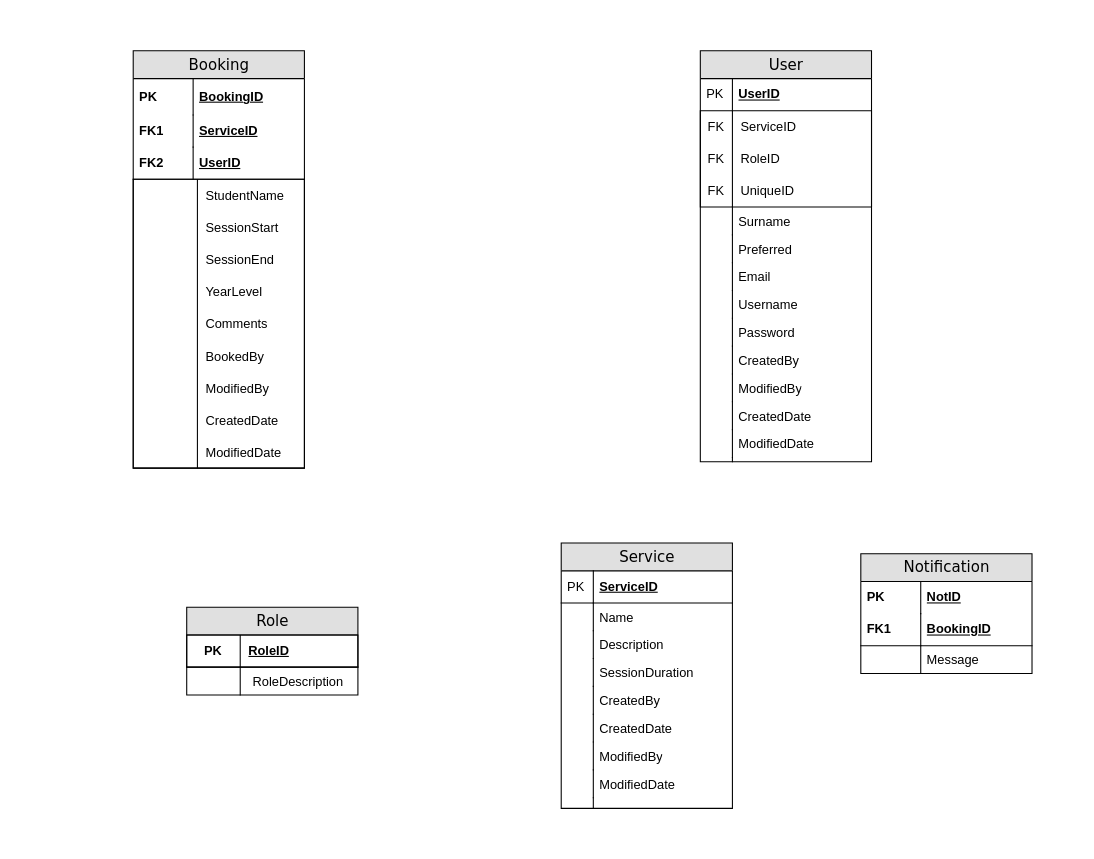
shreat/WebBookingApp keeps this draw.io diagram as Web app database.drawio. Above is the earlier version. Source tidied: cells renumbered, new cells numbered last; positions are measured from the earlier drawing's top-left corner, leaving out a move shared by most shapes. Both pictures are drawn from the tidied source at 107%, with x=0, y=0 at pixel (133, 50).
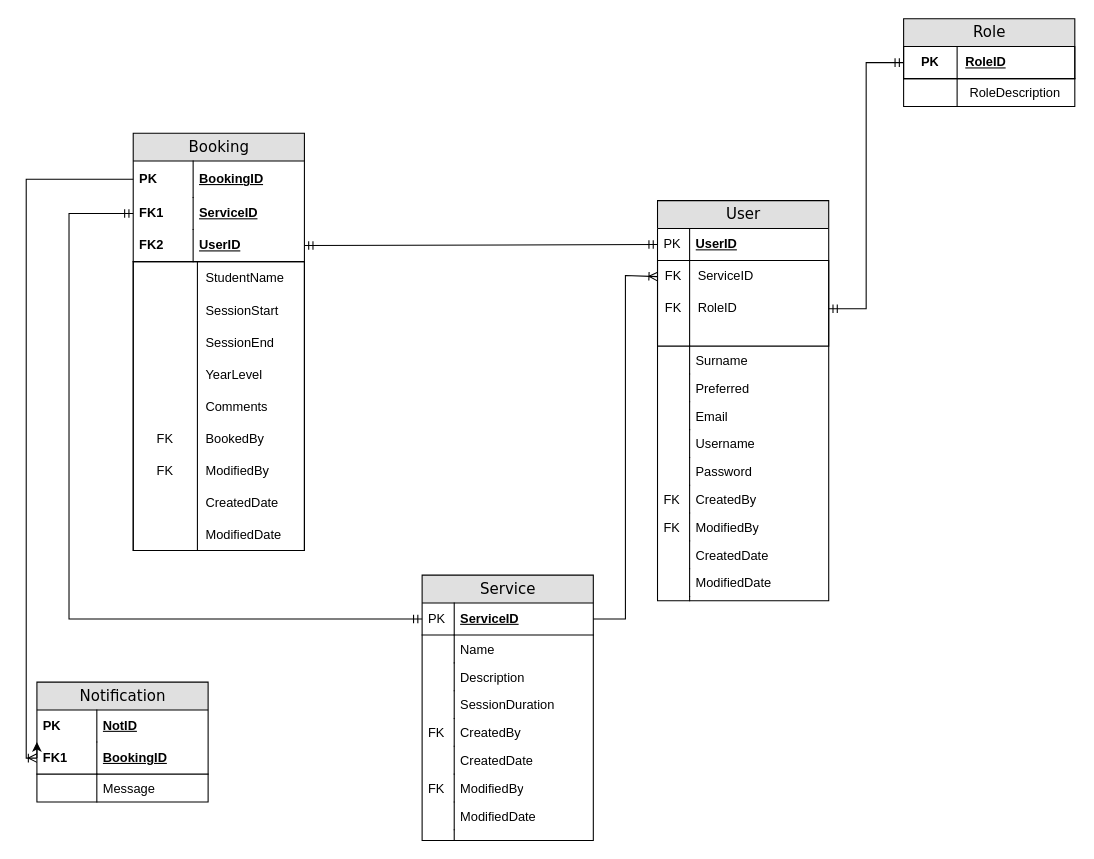
Above is the later version.

The change refers to these unchanged cells:
```xml
<mxCell id="3" value="BookingID" style="shape=partialRectangle;top=0;left=0;right=0;bottom=0;html=1;align=left;verticalAlign=middle;fillColor=none;spacingLeft=60;spacingRight=4;whiteSpace=wrap;overflow=hidden;points=[[0,0.5],[1,0.5]];portConstraint=eastwest;fontStyle=5;" parent="2" vertex="1">
  <mxGeometry y="26" width="160" height="34" as="geometry" />
</mxCell>
<mxCell id="5" value="ServiceID" style="shape=partialRectangle;top=0;left=0;right=0;bottom=1;html=1;align=left;verticalAlign=middle;fillColor=none;spacingLeft=60;spacingRight=4;whiteSpace=wrap;overflow=hidden;points=[[0,0.5],[1,0.5]];portConstraint=eastwest;fontStyle=5;strokeColor=none;" parent="2" vertex="1">
  <mxGeometry y="60" width="160" height="30" as="geometry" />
</mxCell>
<mxCell id="7" value="UserID" style="shape=partialRectangle;top=0;left=0;right=0;bottom=1;html=1;align=left;verticalAlign=middle;fillColor=none;spacingLeft=60;spacingRight=4;whiteSpace=wrap;overflow=hidden;points=[[0,0.5],[1,0.5]];portConstraint=eastwest;fontStyle=5;strokeColor=default;" parent="2" vertex="1">
  <mxGeometry y="90" width="160" height="30" as="geometry" />
</mxCell>
<mxCell id="25" style="shape=tableRow;horizontal=0;startSize=0;swimlaneHead=0;swimlaneBody=0;fillColor=none;top=0;left=0;right=0;bottom=0;" parent="9" vertex="1">
  <mxGeometry y="150" width="160" height="30" as="geometry" />
</mxCell>
<mxCell id="28" style="shape=tableRow;horizontal=0;startSize=0;swimlaneHead=0;swimlaneBody=0;fillColor=none;top=0;left=0;right=0;bottom=0;" parent="9" vertex="1">
  <mxGeometry y="180" width="160" height="30" as="geometry" />
</mxCell>
<mxCell id="38" value="UserID" style="shape=partialRectangle;top=0;left=0;right=0;bottom=1;html=1;align=left;verticalAlign=middle;fillColor=none;spacingLeft=34;spacingRight=4;whiteSpace=wrap;overflow=hidden;points=[[0,0.5],[1,0.5]];portConstraint=eastwest;fontStyle=5;strokeColor=none;" parent="37" vertex="1">
  <mxGeometry y="26" width="160" height="30" as="geometry" />
</mxCell>
<mxCell id="41" style="shape=tableRow;horizontal=0;startSize=0;swimlaneHead=0;swimlaneBody=0;fillColor=none;points=[[0,0.5],[1,0.5]];portConstraint=eastwest;top=0;left=0;right=0;bottom=0;" parent="40" vertex="1">
  <mxGeometry width="160" height="30" as="geometry" />
</mxCell>
<mxCell id="44" style="shape=tableRow;horizontal=0;startSize=0;swimlaneHead=0;swimlaneBody=0;fillColor=none;points=[[0,0.5],[1,0.5]];portConstraint=eastwest;top=0;left=0;right=0;bottom=0;" parent="40" vertex="1">
  <mxGeometry y="30" width="160" height="30" as="geometry" />
</mxCell>
<mxCell id="72" value="ServiceID" style="shape=partialRectangle;top=0;left=0;right=0;bottom=1;html=1;align=left;verticalAlign=middle;fillColor=none;spacingLeft=34;spacingRight=4;whiteSpace=wrap;overflow=hidden;points=[[0,0.5],[1,0.5]];portConstraint=eastwest;fontStyle=5;" parent="71" vertex="1">
  <mxGeometry y="26" width="160" height="30" as="geometry" />
</mxCell>
<mxCell id="80" value="CreatedBy" style="shape=partialRectangle;top=0;left=0;right=0;bottom=0;html=1;align=left;verticalAlign=top;fillColor=none;spacingLeft=34;spacingRight=4;whiteSpace=wrap;overflow=hidden;" parent="71" vertex="1">
  <mxGeometry y="134" width="160" height="26" as="geometry" />
</mxCell>
<mxCell id="84" value="ModifiedBy" style="shape=partialRectangle;top=0;left=0;right=0;bottom=0;html=1;align=left;verticalAlign=top;fillColor=none;spacingLeft=34;spacingRight=4;whiteSpace=wrap;overflow=hidden;" parent="71" vertex="1">
  <mxGeometry y="186" width="160" height="26" as="geometry" />
</mxCell>
<mxCell id="93" value="BookingID" style="shape=partialRectangle;top=0;left=0;right=0;bottom=1;html=1;align=left;verticalAlign=middle;fillColor=none;spacingLeft=60;spacingRight=4;whiteSpace=wrap;overflow=hidden;points=[[0,0.5],[1,0.5]];portConstraint=eastwest;fontStyle=5;" parent="90" vertex="1">
  <mxGeometry y="56" width="160" height="30" as="geometry" />
</mxCell>
<mxCell id="99" style="shape=tableRow;horizontal=0;startSize=0;swimlaneHead=0;swimlaneBody=0;fillColor=none;points=[[0,0.5],[1,0.5]];portConstraint=eastwest;top=0;left=0;right=0;bottom=1;" parent="98" vertex="1">
  <mxGeometry width="160" height="30" as="geometry" />
</mxCell>
```

Change to the diagram source:
```diff
@@
     <mxCell id="2" value="Booking" style="swimlane;html=1;fontStyle=0;horizontal=1;startSize=26;fillColor=#e0e0e0;swimlaneFillColor=#ffffff;align=center;rounded=0;shadow=0;comic=0;labelBackgroundColor=none;strokeWidth=1;fontFamily=Verdana;fontSize=14;" parent="1" vertex="1">
-      <mxGeometry width="160" height="390" as="geometry" />
+      <mxGeometry y="77" width="160" height="390" as="geometry" />
     </mxCell>
@@
-    <mxCell id="26" style="shape=partialRectangle;fillColor=none;top=0;left=0;bottom=0;right=0;overflow=hidden;" parent="25" vertex="1">
+    <mxCell id="26" value="FK" style="shape=partialRectangle;fillColor=none;top=0;left=0;bottom=0;right=0;overflow=hidden;" parent="25" vertex="1">
       <mxGeometry width="60" height="30" as="geometry" />
     </mxCell>
@@
-    <mxCell id="29" style="shape=partialRectangle;fillColor=none;top=0;left=0;bottom=0;right=0;overflow=hidden;" parent="28" vertex="1">
+    <mxCell id="29" value="FK" style="shape=partialRectangle;fillColor=none;top=0;left=0;bottom=0;right=0;overflow=hidden;" parent="28" vertex="1">
       <mxGeometry width="60" height="30" as="geometry" />
     </mxCell>
@@
     <mxCell id="37" value="User" style="swimlane;html=1;fontStyle=0;horizontal=1;startSize=26;fillColor=#e0e0e0;swimlaneFillColor=#ffffff;align=center;rounded=0;shadow=0;comic=0;labelBackgroundColor=none;strokeWidth=1;fontFamily=Verdana;fontSize=14;swimlaneLine=1;" parent="1" vertex="1">
-      <mxGeometry x="530" width="160" height="384" as="geometry" />
+      <mxGeometry x="490" y="140" width="160" height="374" as="geometry" />
     </mxCell>
@@
     <mxCell id="40" style="shape=table;startSize=0;childLayout=tableLayout;rowLines=0;fontStyle=0;align=center;strokeColor=default;fillColor=none;" parent="37" vertex="1">
-      <mxGeometry y="56" width="160" height="90" as="geometry" />
+      <mxGeometry y="56" width="160" height="80" as="geometry" />
     </mxCell>
@@
     <mxCell id="47" style="shape=tableRow;horizontal=0;startSize=0;swimlaneHead=0;swimlaneBody=0;fillColor=none;top=0;left=0;right=0;bottom=0;" parent="40" vertex="1">
-      <mxGeometry y="60" width="160" height="30" as="geometry" />
+      <mxGeometry y="60" width="160" height="20" as="geometry" />
     </mxCell>
-    <mxCell id="48" value="FK" style="shape=partialRectangle;fillColor=none;top=0;left=0;bottom=0;right=0;fontStyle=0;overflow=hidden;whiteSpace=wrap;html=1;" parent="47" vertex="1">
-      <mxGeometry width="30" height="30" as="geometry" />
+    <mxCell id="48" style="shape=partialRectangle;fillColor=none;top=0;left=0;bottom=0;right=0;fontStyle=0;overflow=hidden;whiteSpace=wrap;html=1;" parent="47" vertex="1">
+      <mxGeometry width="30" height="20" as="geometry" />
     </mxCell>
-    <mxCell id="49" value="UniqueID" style="shape=partialRectangle;fillColor=none;top=0;left=0;bottom=0;right=0;align=left;spacingLeft=6;fontStyle=0;overflow=hidden;whiteSpace=wrap;html=1;" parent="47" vertex="1">
-      <mxGeometry x="30" width="130" height="30" as="geometry" />
+    <mxCell id="49" style="shape=partialRectangle;fillColor=none;top=0;left=0;bottom=0;right=0;align=left;spacingLeft=6;fontStyle=0;overflow=hidden;whiteSpace=wrap;html=1;" parent="47" vertex="1">
+      <mxGeometry x="30" width="130" height="20" as="geometry" />
     </mxCell>
@@
     <mxCell id="51" value="Surname" style="shape=partialRectangle;top=0;left=0;right=0;bottom=0;html=1;align=left;verticalAlign=top;fillColor=none;spacingLeft=34;spacingRight=4;whiteSpace=wrap;overflow=hidden;" parent="37" vertex="1">
-      <mxGeometry y="146" width="160" height="26" as="geometry" />
+      <mxGeometry y="136" width="160" height="26" as="geometry" />
     </mxCell>
@@
     <mxCell id="53" value="Preferred" style="shape=partialRectangle;top=0;left=0;right=0;bottom=0;html=1;align=left;verticalAlign=top;fillColor=none;spacingLeft=34;spacingRight=4;whiteSpace=wrap;overflow=hidden;strokeColor=default;strokeWidth=2;" parent="37" vertex="1">
-      <mxGeometry y="172" width="160" height="26" as="geometry" />
+      <mxGeometry y="162" width="160" height="26" as="geometry" />
     </mxCell>
@@
     <mxCell id="55" value="Email" style="shape=partialRectangle;top=0;left=0;right=0;bottom=0;html=1;align=left;verticalAlign=top;fillColor=none;spacingLeft=34;spacingRight=4;whiteSpace=wrap;overflow=hidden;strokeColor=default;strokeWidth=2;" parent="37" vertex="1">
-      <mxGeometry y="198" width="160" height="26" as="geometry" />
+      <mxGeometry y="188" width="160" height="26" as="geometry" />
     </mxCell>
@@
     <mxCell id="57" value="Username" style="shape=partialRectangle;top=0;left=0;right=0;bottom=0;html=1;align=left;verticalAlign=top;fillColor=none;spacingLeft=34;spacingRight=4;whiteSpace=wrap;overflow=hidden;strokeColor=default;strokeWidth=2;" parent="37" vertex="1">
-      <mxGeometry y="224" width="160" height="26" as="geometry" />
+      <mxGeometry y="214" width="160" height="26" as="geometry" />
     </mxCell>
@@
     <mxCell id="59" value="Password" style="shape=partialRectangle;top=0;left=0;right=0;bottom=0;html=1;align=left;verticalAlign=top;fillColor=none;spacingLeft=34;spacingRight=4;whiteSpace=wrap;overflow=hidden;strokeColor=default;strokeWidth=2;" parent="37" vertex="1">
-      <mxGeometry y="250" width="160" height="26" as="geometry" />
+      <mxGeometry y="240" width="160" height="26" as="geometry" />
     </mxCell>
@@
     <mxCell id="61" value="CreatedBy" style="shape=partialRectangle;top=0;left=0;right=0;bottom=0;html=1;align=left;verticalAlign=top;fillColor=none;spacingLeft=34;spacingRight=4;whiteSpace=wrap;overflow=hidden;strokeColor=default;strokeWidth=2;" parent="37" vertex="1">
-      <mxGeometry y="276" width="160" height="26" as="geometry" />
+      <mxGeometry y="266" width="160" height="26" as="geometry" />
     </mxCell>
-    <mxCell id="62" style="shape=partialRectangle;top=0;left=0;bottom=0;html=1;fillColor=none;align=left;verticalAlign=top;spacingLeft=4;spacingRight=4;whiteSpace=wrap;overflow=hidden;" parent="61" vertex="1">
+    <mxCell id="62" value="FK" style="shape=partialRectangle;top=0;left=0;bottom=0;html=1;fillColor=none;align=left;verticalAlign=top;spacingLeft=4;spacingRight=4;whiteSpace=wrap;overflow=hidden;" parent="61" vertex="1">
       <mxGeometry width="30" height="26" as="geometry" />
     </mxCell>
     <mxCell id="63" value="ModifiedBy" style="shape=partialRectangle;top=0;left=0;right=0;bottom=0;html=1;align=left;verticalAlign=top;fillColor=none;spacingLeft=34;spacingRight=4;whiteSpace=wrap;overflow=hidden;strokeColor=default;strokeWidth=2;" parent="37" vertex="1">
-      <mxGeometry y="302" width="160" height="26" as="geometry" />
+      <mxGeometry y="292" width="160" height="26" as="geometry" />
     </mxCell>
-    <mxCell id="64" style="shape=partialRectangle;top=0;left=0;bottom=0;html=1;fillColor=none;align=left;verticalAlign=top;spacingLeft=4;spacingRight=4;whiteSpace=wrap;overflow=hidden;" parent="63" vertex="1">
+    <mxCell id="64" value="FK" style="shape=partialRectangle;top=0;left=0;bottom=0;html=1;fillColor=none;align=left;verticalAlign=top;spacingLeft=4;spacingRight=4;whiteSpace=wrap;overflow=hidden;" parent="63" vertex="1">
       <mxGeometry width="30" height="26" as="geometry" />
     </mxCell>
     <mxCell id="65" value="CreatedDate" style="shape=partialRectangle;top=0;left=0;right=0;bottom=0;html=1;align=left;verticalAlign=top;fillColor=none;spacingLeft=34;spacingRight=4;whiteSpace=wrap;overflow=hidden;strokeColor=default;strokeWidth=2;" parent="37" vertex="1">
-      <mxGeometry y="328" width="160" height="26" as="geometry" />
+      <mxGeometry y="318" width="160" height="26" as="geometry" />
     </mxCell>
@@
     <mxCell id="67" value="ModifiedDate" style="shape=partialRectangle;top=0;left=0;right=0;bottom=0;html=1;align=left;verticalAlign=top;fillColor=none;spacingLeft=34;spacingRight=4;whiteSpace=wrap;overflow=hidden;strokeColor=default;strokeWidth=2;" parent="37" vertex="1">
-      <mxGeometry y="354" width="160" height="26" as="geometry" />
+      <mxGeometry y="344" width="160" height="26" as="geometry" />
     </mxCell>
@@
     <mxCell id="69" style="shape=partialRectangle;top=0;left=0;right=0;bottom=0;html=1;align=left;verticalAlign=top;fillColor=none;spacingLeft=34;spacingRight=4;whiteSpace=wrap;overflow=hidden;" parent="37" vertex="1">
-      <mxGeometry y="380" width="160" height="4" as="geometry" />
+      <mxGeometry y="370" width="160" height="4" as="geometry" />
     </mxCell>
@@
     <mxCell id="71" value="Service" style="swimlane;html=1;fontStyle=0;horizontal=1;startSize=26;fillColor=#e0e0e0;swimlaneFillColor=#ffffff;align=center;rounded=0;shadow=0;comic=0;labelBackgroundColor=none;strokeWidth=1;fontFamily=Verdana;fontSize=14;" parent="1" vertex="1">
-      <mxGeometry x="400" y="460" width="160" height="248" as="geometry" />
+      <mxGeometry x="270" y="490" width="160" height="248" as="geometry" />
     </mxCell>
@@
-    <mxCell id="81" style="shape=partialRectangle;top=0;left=0;bottom=0;html=1;fillColor=none;align=left;verticalAlign=top;spacingLeft=4;spacingRight=4;whiteSpace=wrap;overflow=hidden;" parent="80" vertex="1">
+    <mxCell id="81" value="FK" style="shape=partialRectangle;top=0;left=0;bottom=0;html=1;fillColor=none;align=left;verticalAlign=top;spacingLeft=4;spacingRight=4;whiteSpace=wrap;overflow=hidden;" parent="80" vertex="1">
       <mxGeometry width="30" height="26" as="geometry" />
     </mxCell>
@@
-    <mxCell id="85" style="shape=partialRectangle;top=0;left=0;bottom=0;html=1;fillColor=none;align=left;verticalAlign=top;spacingLeft=4;spacingRight=4;whiteSpace=wrap;overflow=hidden;" parent="84" vertex="1">
+    <mxCell id="85" value="FK" style="shape=partialRectangle;top=0;left=0;bottom=0;html=1;fillColor=none;align=left;verticalAlign=top;spacingLeft=4;spacingRight=4;whiteSpace=wrap;overflow=hidden;" parent="84" vertex="1">
       <mxGeometry width="30" height="26" as="geometry" />
     </mxCell>
@@
     <mxCell id="90" value="Notification" style="swimlane;html=1;fontStyle=0;horizontal=1;startSize=26;fillColor=#e0e0e0;swimlaneFillColor=#ffffff;align=center;rounded=0;shadow=0;comic=0;labelBackgroundColor=none;strokeWidth=1;fontFamily=Verdana;fontSize=14;" parent="1" vertex="1">
-      <mxGeometry x="680" y="470" width="160" height="112" as="geometry" />
+      <mxGeometry x="-90" y="590" width="160" height="112" as="geometry" />
     </mxCell>
@@
+    <mxCell id="104" style="edgeStyle=orthogonalEdgeStyle;rounded=0;jettySize=auto;html=1;exitX=0;exitY=0.5;exitDx=0;exitDy=0;entryX=0;entryY=0.5;entryDx=0;entryDy=0;" parent="90" edge="1" source="93" target="90">
+      <mxGeometry relative="1" as="geometry" />
+    </mxCell>
@@
     <mxCell id="97" value="Role" style="swimlane;html=1;fontStyle=0;horizontal=1;startSize=26;fillColor=#e0e0e0;swimlaneFillColor=#ffffff;align=center;rounded=0;shadow=0;comic=0;labelBackgroundColor=none;strokeWidth=1;fontFamily=Verdana;fontSize=14;" parent="1" vertex="1">
-      <mxGeometry x="50" y="520" width="160" height="82" as="geometry" />
+      <mxGeometry x="720" y="-30" width="160" height="82" as="geometry" />
     </mxCell>
@@
+    <mxCell id="105" style="edgeStyle=orthogonalEdgeStyle;fontSize=12;html=1;endArrow=ERmandOne;startArrow=ERmandOne;rounded=0;exitX=0;exitY=0.5;exitDx=0;exitDy=0;entryX=0;entryY=0.5;entryDx=0;entryDy=0;" parent="1" edge="1" source="72" target="5">
+      <mxGeometry relative="1" as="geometry">
+        <Array as="points">
+          <mxPoint x="-60" y="531" />
+          <mxPoint x="-60" y="152" />
+        </Array>
+      </mxGeometry>
+    </mxCell>
+    <mxCell id="106" style="edgeStyle=orthogonalEdgeStyle;fontSize=12;html=1;endArrow=ERoneToMany;rounded=0;exitX=0;exitY=0.5;exitDx=0;exitDy=0;entryX=0;entryY=0.5;entryDx=0;entryDy=0;" parent="1" edge="1" source="3" target="93">
+      <mxGeometry relative="1" as="geometry" />
+    </mxCell>
+    <mxCell id="107" style="edgeStyle=orthogonalEdgeStyle;fontSize=12;html=1;endArrow=ERoneToMany;rounded=0;exitX=1;exitY=0.5;exitDx=0;exitDy=0;entryX=0;entryY=0.5;entryDx=0;entryDy=0;" parent="1" edge="1" source="72" target="41">
+      <mxGeometry relative="1" as="geometry">
+        <Array as="points">
+          <mxPoint x="460" y="531" />
+          <mxPoint x="460" y="210" />
+        </Array>
+      </mxGeometry>
+    </mxCell>
+    <mxCell id="108" style="fontSize=12;html=1;endArrow=ERmandOne;startArrow=ERmandOne;rounded=0;entryX=1;entryY=0.5;entryDx=0;entryDy=0;exitX=0;exitY=0.5;exitDx=0;exitDy=0;edgeStyle=orthogonalEdgeStyle;" parent="1" edge="1" source="99" target="44">
+      <mxGeometry relative="1" as="geometry" />
+    </mxCell>
+    <mxCell id="109" style="fontSize=12;html=1;endArrow=ERmandOne;startArrow=ERmandOne;rounded=0;entryX=0;entryY=0.5;entryDx=0;entryDy=0;exitX=1;exitY=0.5;exitDx=0;exitDy=0;" parent="1" edge="1" source="7" target="38">
+      <mxGeometry relative="1" as="geometry" />
+    </mxCell>
```
